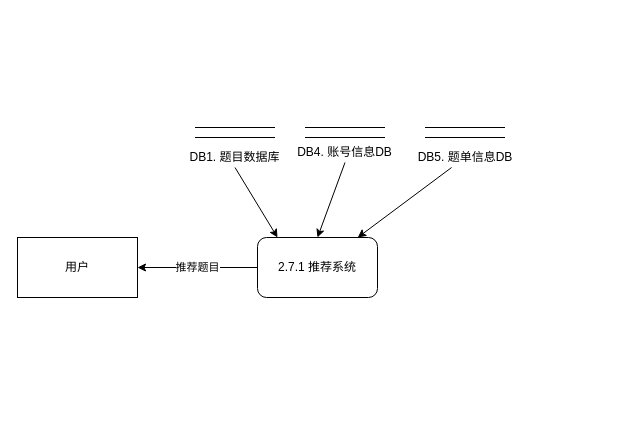
12MegaA21/CodeCode keeps this draw.io diagram as 分析文档/2.7题目推荐.drawio. Above is the earlier version. Source tidied: cells renumbered, new cells numbered last; positions are measured from the earlier drawing's top-left corner, leaving out a move shared by most shapes. Both pictures are drawn from the tidied source at 100%, with x=0, y=0 at pixel (17, 127).
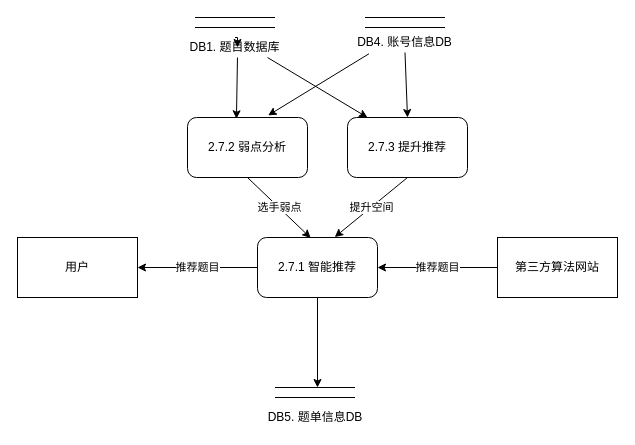
Above is the later version.

Commit message:
更新2.7题目推荐.drawio

Unchanged cells that the change refers to:
```xml
<mxCell id="2" value="用户" style="rounded=0;whiteSpace=wrap;html=1;" parent="1" vertex="1">
  <mxGeometry y="110" width="120" height="60" as="geometry" />
</mxCell>
<mxCell id="9" value="DB1. 题目数据库" style="text;html=1;strokeColor=none;fillColor=none;align=center;verticalAlign=middle;whiteSpace=wrap;rounded=0;" parent="5" vertex="1">
  <mxGeometry y="20" width="95" height="20" as="geometry" />
</mxCell>
<mxCell id="15" value="DB4. 账号信息DB" style="text;html=1;strokeColor=none;fillColor=none;align=center;verticalAlign=middle;whiteSpace=wrap;rounded=0;" parent="11" vertex="1">
  <mxGeometry y="15" width="105" height="20" as="geometry" />
</mxCell>
<mxCell id="22" value="DB5. 题单信息DB" style="text;html=1;strokeColor=none;fillColor=none;align=center;verticalAlign=middle;whiteSpace=wrap;rounded=0;" parent="18" vertex="1">
  <mxGeometry x="-7.5" y="20" width="110" height="20" as="geometry" />
</mxCell>
```

The edit, as a diff of the source:
```diff
@@
-    <mxCell id="3" value="推荐题目" style="endArrow=classic;html=1;rounded=0;entryX=1;entryY=0.5;entryDx=0;entryDy=0;" parent="1" edge="1" target="2">
-      <mxGeometry relative="1" as="geometry">
-        <mxPoint x="240" y="140" as="sourcePoint" />
-      </mxGeometry>
+    <mxCell id="3" value="推荐题目" style="endArrow=classic;html=1;rounded=0;entryX=1;entryY=0.5;entryDx=0;entryDy=0;exitX=0;exitY=0.5;exitDx=0;exitDy=0;" parent="1" edge="1" source="4" target="2">
+      <mxGeometry relative="1" as="geometry" />
     </mxCell>
-    <mxCell id="4" value="2.7.1 推荐系统" style="rounded=1;whiteSpace=wrap;html=1;" parent="1" vertex="1">
+    <mxCell id="4" value="2.7.1 智能推荐" style="rounded=1;whiteSpace=wrap;html=1;" parent="1" vertex="1">
       <mxGeometry x="240" y="110" width="120" height="60" as="geometry" />
     </mxCell>
     <mxCell id="5" style="group;" parent="1" vertex="1">
-      <mxGeometry x="170" width="95" height="40" as="geometry" />
+      <mxGeometry x="170" y="-110" width="95" height="40" as="geometry" />
     </mxCell>
@@
     <mxCell id="10" style="group;" parent="1" vertex="1">
-      <mxGeometry x="280" width="100" height="40" as="geometry" />
+      <mxGeometry x="340" y="-110" width="100" height="40" as="geometry" />
     </mxCell>
@@
-    <mxCell id="16" style="endArrow=classic;html=1;rounded=0;entryX=0.5;entryY=0;entryDx=0;entryDy=0;exitX=0.5;exitY=1;exitDx=0;exitDy=0;" parent="1" edge="1" source="15" target="4">
+    <mxCell id="16" style="endArrow=classic;html=1;rounded=0;entryX=0.672;entryY=-0.035;entryDx=0;entryDy=0;entryPerimeter=0;exitX=0.157;exitY=1.063;exitDx=0;exitDy=0;exitPerimeter=0;" parent="1" edge="1" source="15" target="27">
       <mxGeometry relative="1" as="geometry" />
     </mxCell>
-    <mxCell id="17" style="endArrow=classic;html=1;rounded=0;entryX=0.167;entryY=0;entryDx=0;entryDy=0;exitX=0.5;exitY=1;exitDx=0;exitDy=0;entryPerimeter=0;" parent="1" edge="1" source="9" target="4">
+    <mxCell id="17" style="endArrow=classic;html=1;rounded=0;exitX=0.526;exitY=1;exitDx=0;exitDy=0;entryX=0.408;entryY=0.021;entryDx=0;entryDy=0;entryPerimeter=0;exitPerimeter=0;" parent="1" edge="1" source="9" target="27">
       <mxGeometry relative="1" as="geometry" />
     </mxCell>
     <mxCell id="18" style="group;" parent="1" vertex="1">
-      <mxGeometry x="400" width="110" height="40" as="geometry" />
+      <mxGeometry x="250" y="260" width="110" height="40" as="geometry" />
     </mxCell>
@@
-    <mxCell id="23" style="endArrow=classic;html=1;rounded=0;" parent="1" edge="1" source="22" target="4">
-      <mxGeometry relative="1" as="geometry" />
-    </mxCell>
+    <mxCell id="24" value="&lt;span&gt;第三方算法网站&lt;/span&gt;" style="rounded=0;whiteSpace=wrap;html=1;" parent="1" vertex="1">
+      <mxGeometry x="480" y="110" width="120" height="60" as="geometry" />
+    </mxCell>
+    <mxCell id="25" value="推荐题目" style="endArrow=classic;html=1;rounded=0;entryX=1;entryY=0.5;entryDx=0;entryDy=0;" parent="1" edge="1" source="24" target="4">
+      <mxGeometry relative="1" as="geometry" />
+    </mxCell>
+    <mxCell id="26" style="endArrow=classic;html=1;rounded=0;exitX=0.5;exitY=1;exitDx=0;exitDy=0;" parent="1" edge="1" source="4">
+      <mxGeometry relative="1" as="geometry">
+        <mxPoint x="300" y="260" as="targetPoint" />
+      </mxGeometry>
+    </mxCell>
+    <mxCell id="27" value="2.7.2 弱点分析" style="rounded=1;whiteSpace=wrap;html=1;" parent="1" vertex="1">
+      <mxGeometry x="170" y="-10" width="120" height="60" as="geometry" />
+    </mxCell>
+    <mxCell id="28" value="2.7.3 提升推荐" style="rounded=1;whiteSpace=wrap;html=1;" parent="1" vertex="1">
+      <mxGeometry x="330" y="-10" width="120" height="60" as="geometry" />
+    </mxCell>
+    <mxCell id="29" style="edgeStyle=orthogonalEdgeStyle;rounded=0;jettySize=auto;html=1;exitX=0.5;exitY=0;exitDx=0;exitDy=0;" parent="1" edge="1" source="9">
+      <mxGeometry relative="1" as="geometry">
+        <mxPoint x="220" y="-80" as="targetPoint" />
+      </mxGeometry>
+    </mxCell>
+    <mxCell id="30" style="endArrow=classic;html=1;rounded=0;entryX=0.5;entryY=0;entryDx=0;entryDy=0;exitX=0.5;exitY=1;exitDx=0;exitDy=0;" parent="1" edge="1" source="15" target="28">
+      <mxGeometry relative="1" as="geometry" />
+    </mxCell>
+    <mxCell id="31" style="endArrow=classic;html=1;rounded=0;" parent="1" edge="1">
+      <mxGeometry relative="1" as="geometry">
+        <mxPoint x="250" y="-70" as="sourcePoint" />
+        <mxPoint x="350" y="-10" as="targetPoint" />
+      </mxGeometry>
+    </mxCell>
+    <mxCell id="32" value="提升空间" style="endArrow=classic;html=1;rounded=0;entryX=0.644;entryY=-0.007;entryDx=0;entryDy=0;entryPerimeter=0;exitX=0.5;exitY=1;exitDx=0;exitDy=0;" parent="1" edge="1" source="28" target="4">
+      <mxGeometry relative="1" as="geometry" />
+    </mxCell>
+    <mxCell id="33" value="选手弱点" style="endArrow=classic;html=1;rounded=0;entryX=0.443;entryY=0.007;entryDx=0;entryDy=0;entryPerimeter=0;exitX=0.5;exitY=1;exitDx=0;exitDy=0;" parent="1" edge="1" source="27" target="4">
+      <mxGeometry relative="1" as="geometry" />
+    </mxCell>
```
